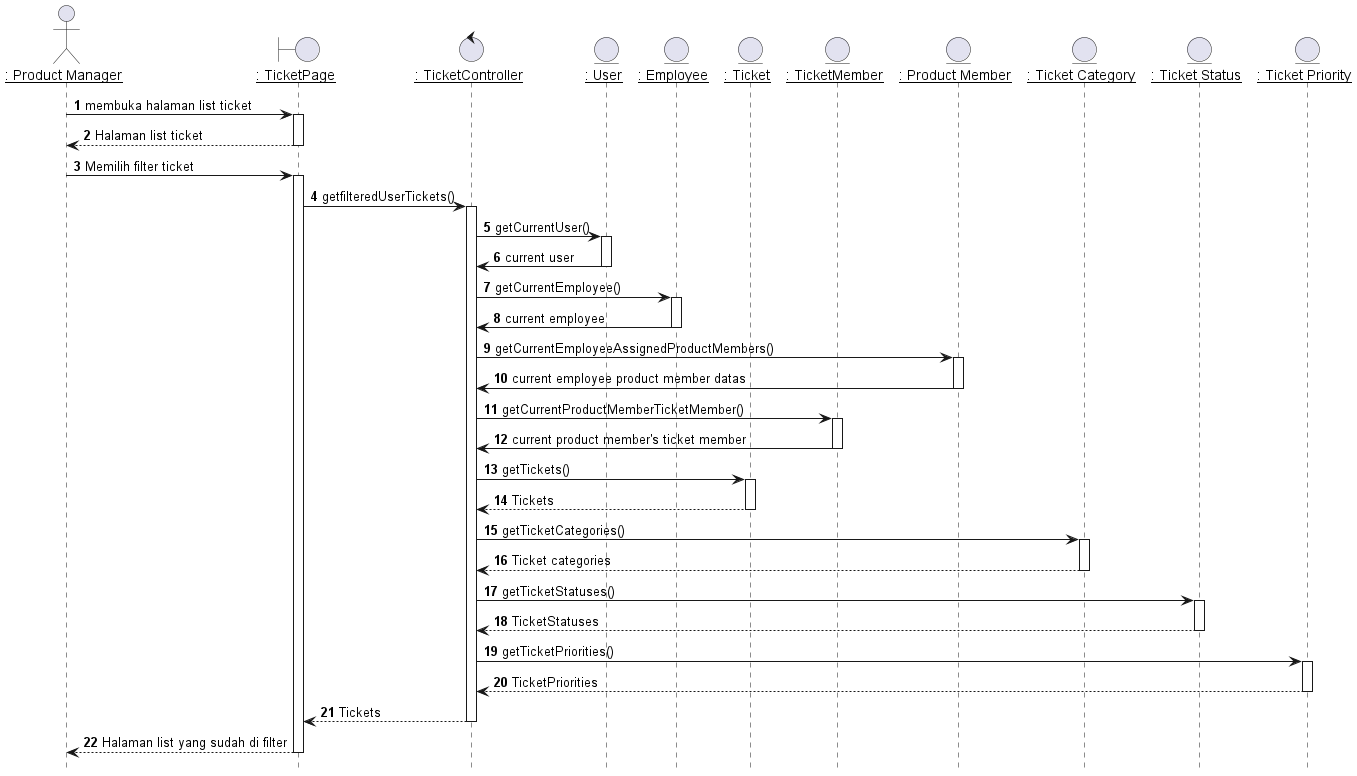
TAS-PKL/Laporan-PKL-Ticketing keeps this PlantUML diagram as out/plantuml/sequence/ipm/ipm2/Memfilter List Ticket.png. Above is the earlier version.
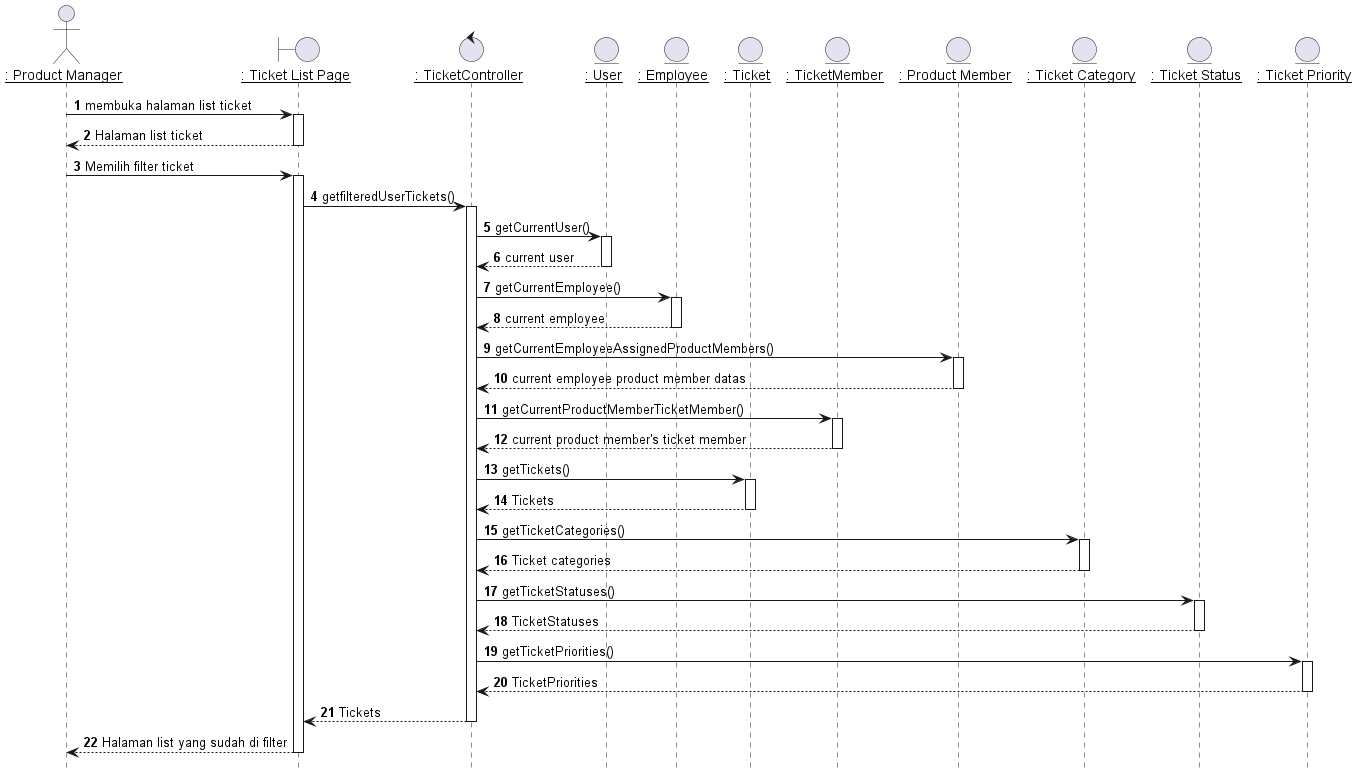
Above is the later version.

Change to the diagram source:
```diff
@@ -4,7 +4,7 @@
 
 
 actor IPM as "__: Product Manager__"
-boundary TicketPage as "__: TicketPage__"
+boundary TicketPage as "__: Ticket List Page__"
 control TicketController as "__: TicketController__"
 entity Users as "__: User__"
 entity Employees as "__: Employee__"
@@ -31,25 +31,25 @@
 TicketController -> Users: getCurrentUser()
 activate Users
 
-Users -> TicketController: current user
+Users --> TicketController: current user
 deactivate Users
 
 TicketController -> Employees: getCurrentEmployee()
 activate Employees
 
-Employees -> TicketController: current employee
+Employees --> TicketController: current employee
 deactivate Employees
 
 TicketController -> ProductMembers: getCurrentEmployeeAssignedProductMembers()
 activate ProductMembers
 
-ProductMembers -> TicketController: current employee product member datas
+ProductMembers --> TicketController: current employee product member datas
 deactivate ProductMembers
 
 TicketController -> TicketMember: getCurrentProductMemberTicketMember()
 activate TicketMember
 
-TicketMember -> TicketController: current product member's ticket member
+TicketMember --> TicketController: current product member's ticket member
 deactivate TicketMember
 
 TicketController -> Ticket: getTickets()
```
